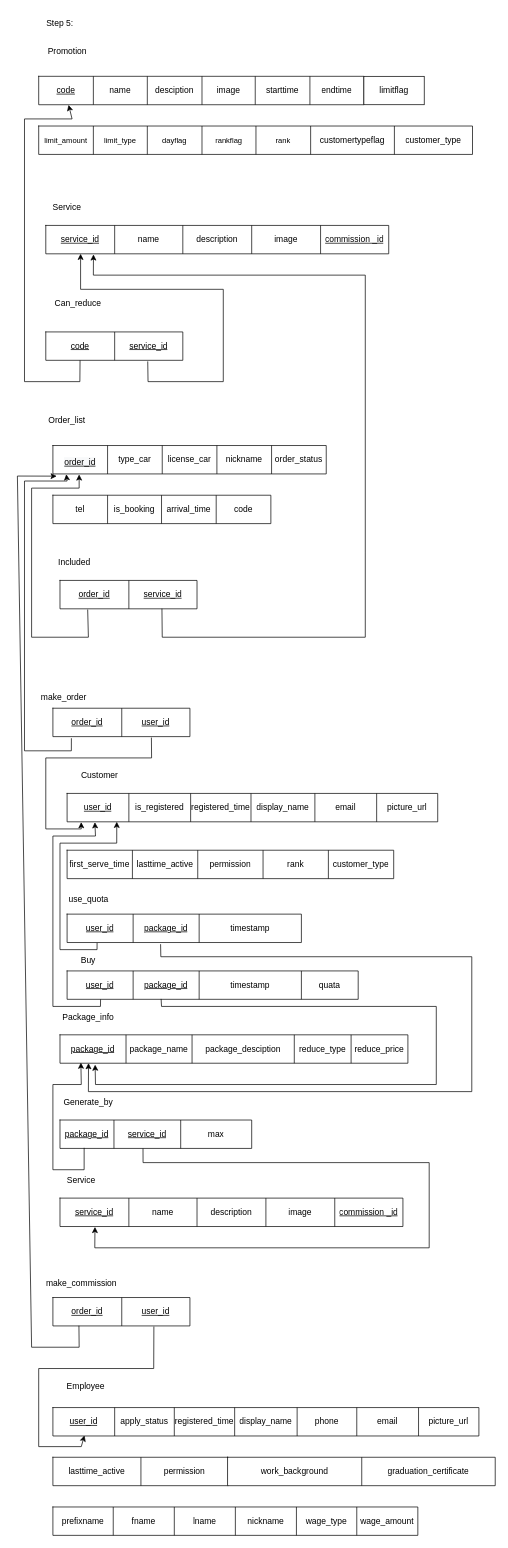
Before: page "Step_P3" (4 of 8) of carcare.drawio in jarawin/carcare, a draw.io diagram. Source tidied: cells renumbered, new cells numbered last; positions are measured from the earlier drawing's top-left corner, leaving out a move shared by most shapes. Both pictures are drawn from the tidied source at 71%, with x=0, y=0 at pixel (17, 12).
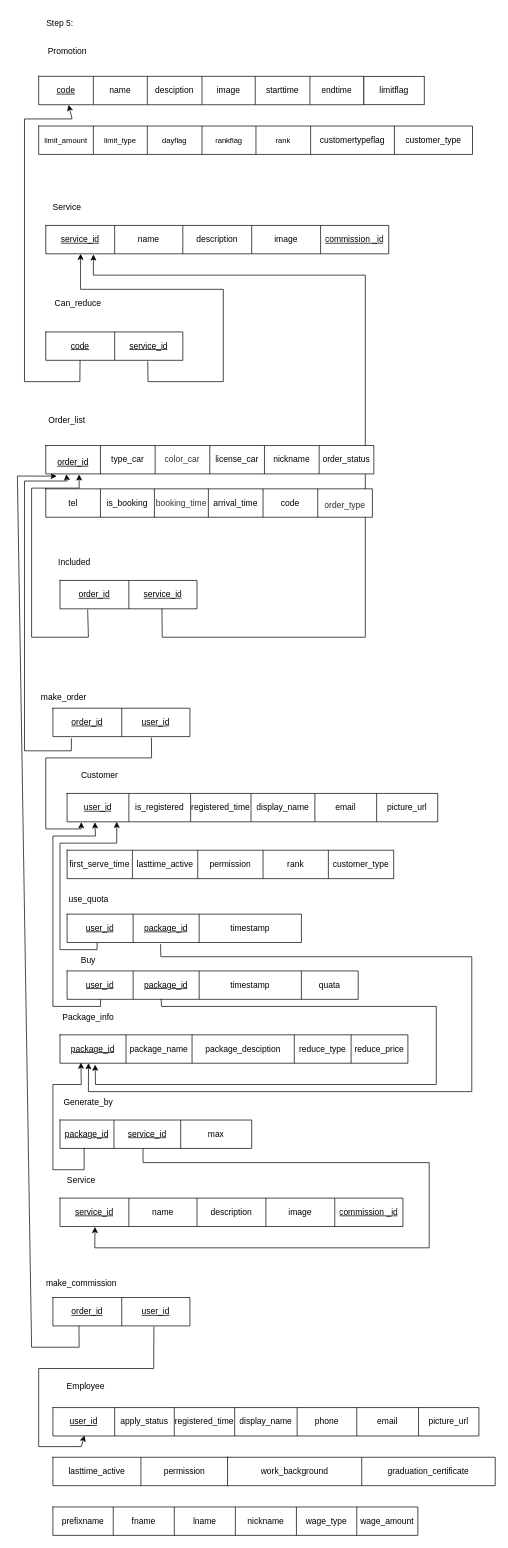
The same diagram, later.

Unchanged cells that the change refers to:
```xml
<mxCell id="28" style="shape=tableRow;horizontal=0;startSize=0;swimlaneHead=0;swimlaneBody=0;top=0;left=0;bottom=0;right=0;fillColor=none;points=[[0,0.5],[1,0.5]];portConstraint=eastwest;strokeColor=default;fontFamily=Helvetica;fontSize=12;fontColor=default;html=1;" parent="27" vertex="1">
  <mxGeometry width="193" height="40" as="geometry" />
</mxCell>
<mxCell id="99" style="shape=tableRow;horizontal=0;startSize=0;swimlaneHead=0;swimlaneBody=0;top=0;left=0;bottom=0;right=0;fillColor=none;points=[[0,0.5],[1,0.5]];portConstraint=eastwest;strokeColor=default;fontFamily=Helvetica;fontSize=12;fontColor=default;html=1;" parent="98" vertex="1">
  <mxGeometry width="193" height="40" as="geometry" />
</mxCell>
<mxCell id="106" style="shape=tableRow;horizontal=0;startSize=0;swimlaneHead=0;swimlaneBody=0;top=0;left=0;bottom=0;right=0;fillColor=none;points=[[0,0.5],[1,0.5]];portConstraint=eastwest;strokeColor=default;fontFamily=Helvetica;fontSize=12;fontColor=default;html=1;" parent="105" vertex="1">
  <mxGeometry width="193" height="40" as="geometry" />
</mxCell>
```

Change to the diagram source:
```diff
@@
-    <mxCell id="20" style="shape=table;startSize=0;childLayout=tableLayout;strokeColor=default;fontFamily=Helvetica;fontSize=12;fontColor=default;fillColor=default;html=1;" parent="1" vertex="1">
-      <mxGeometry x="50" y="610" width="385" height="40" as="geometry" />
-    </mxCell>
-    <mxCell id="21" style="shape=tableRow;horizontal=0;startSize=0;swimlaneHead=0;swimlaneBody=0;top=0;left=0;bottom=0;right=0;fillColor=none;points=[[0,0.5],[1,0.5]];portConstraint=eastwest;strokeColor=default;fontFamily=Helvetica;fontSize=12;fontColor=default;html=1;" parent="20" vertex="1">
-      <mxGeometry width="385" height="40" as="geometry" />
-    </mxCell>
-    <mxCell id="22" value="&#10;&lt;u style=&quot;color: rgb(0, 0, 0); font-family: Helvetica; font-size: 12px; font-style: normal; font-variant-ligatures: normal; font-variant-caps: normal; font-weight: 400; letter-spacing: normal; orphans: 2; text-align: center; text-indent: 0px; text-transform: none; widows: 2; word-spacing: 0px; -webkit-text-stroke-width: 0px; background-color: rgb(248, 249, 250);&quot;&gt;&lt;span style=&quot;font-size: 9pt; line-height: 12.72px; font-family: Helvetica, sans-serif; background-image: initial; background-position: initial; background-size: initial; background-repeat: initial; background-attachment: initial; background-origin: initial; background-clip: initial;&quot;&gt;order_id&lt;/span&gt;&lt;/u&gt;&#10;&#10;" style="shape=partialRectangle;html=1;whiteSpace=wrap;overflow=hidden;fillColor=none;top=0;left=0;bottom=0;right=0;strokeColor=default;fontFamily=Helvetica;fontSize=12;fontColor=default;startSize=0;" parent="21" vertex="1">
-      <mxGeometry width="77" height="40" as="geometry" />
-    </mxCell>
-    <mxCell id="23" value="&lt;span style=&quot;font-size: 9pt; line-height: 106%; font-family: Helvetica, sans-serif; background-image: initial; background-position: initial; background-size: initial; background-repeat: initial; background-attachment: initial; background-origin: initial; background-clip: initial;&quot;&gt;type_car&lt;/span&gt;" style="shape=partialRectangle;html=1;whiteSpace=wrap;overflow=hidden;fillColor=none;top=0;left=0;bottom=0;right=0;strokeColor=default;fontFamily=Helvetica;fontSize=12;fontColor=default;startSize=0;" parent="21" vertex="1">
-      <mxGeometry x="77" width="77" height="40" as="geometry" />
-    </mxCell>
-    <mxCell id="24" value="&lt;span style=&quot;font-size: 9pt; line-height: 106%; font-family: Helvetica, sans-serif; background-image: initial; background-position: initial; background-size: initial; background-repeat: initial; background-attachment: initial; background-origin: initial; background-clip: initial;&quot;&gt;license_car&lt;/span&gt;" style="shape=partialRectangle;html=1;whiteSpace=wrap;overflow=hidden;fillColor=none;top=0;left=0;bottom=0;right=0;strokeColor=default;fontFamily=Helvetica;fontSize=12;fontColor=default;startSize=0;" parent="21" vertex="1">
-      <mxGeometry x="154" width="77" height="40" as="geometry" />
-    </mxCell>
-    <mxCell id="25" value="nickname" style="shape=partialRectangle;html=1;whiteSpace=wrap;overflow=hidden;fillColor=none;top=0;left=0;bottom=0;right=0;strokeColor=default;fontFamily=Helvetica;fontSize=12;fontColor=default;startSize=0;" parent="21" vertex="1">
-      <mxGeometry x="231" width="77" height="40" as="geometry" />
-    </mxCell>
-    <mxCell id="26" value="order_status" style="shape=partialRectangle;html=1;whiteSpace=wrap;overflow=hidden;fillColor=none;top=0;left=0;bottom=0;right=0;strokeColor=default;fontFamily=Helvetica;fontSize=12;fontColor=default;startSize=0;" parent="21" vertex="1">
-      <mxGeometry x="308" width="77" height="40" as="geometry" />
-    </mxCell>
@@
-    <mxCell id="31" style="endArrow=classic;html=1;rounded=0;entryX=0.096;entryY=1.018;entryDx=0;entryDy=0;entryPerimeter=0;exitX=0.202;exitY=1.025;exitDx=0;exitDy=0;exitPerimeter=0;" parent="1" edge="1" source="28" target="21">
+    <mxCell id="31" style="endArrow=classic;html=1;rounded=0;entryX=0.096;entryY=1.018;entryDx=0;entryDy=0;entryPerimeter=0;exitX=0.202;exitY=1.025;exitDx=0;exitDy=0;exitPerimeter=0;" parent="1" edge="1" source="28">
       <mxGeometry relative="1" as="geometry">
+        <mxPoint x="87" y="650.7" as="targetPoint" />
         <Array as="points">
           <mxPoint x="100" y="880" />
           <mxPoint x="20" y="880" />
           <mxPoint x="20" y="670" />
           <mxPoint x="87" y="670" />
         </Array>
       </mxGeometry>
     </mxCell>
@@
-    <mxCell id="34" style="shape=table;startSize=0;childLayout=tableLayout;strokeColor=default;fontFamily=Helvetica;fontSize=12;fontColor=default;fillColor=default;html=1;" parent="1" vertex="1">
-      <mxGeometry x="50" y="680" width="307" height="40" as="geometry" />
-    </mxCell>
-    <mxCell id="35" style="shape=tableRow;horizontal=0;startSize=0;swimlaneHead=0;swimlaneBody=0;top=0;left=0;bottom=0;right=0;fillColor=none;strokeColor=default;fontFamily=Helvetica;fontSize=12;fontColor=default;html=1;" parent="34" vertex="1">
-      <mxGeometry width="307" height="40" as="geometry" />
-    </mxCell>
-    <mxCell id="36" value="tel" style="shape=partialRectangle;html=1;whiteSpace=wrap;overflow=hidden;fillColor=none;top=0;left=0;bottom=0;right=0;strokeColor=default;fontFamily=Helvetica;fontSize=12;fontColor=default;startSize=0;" parent="35" vertex="1">
-      <mxGeometry width="77" height="40" as="geometry" />
-    </mxCell>
-    <mxCell id="37" value="&lt;span style=&quot;font-size: 9pt; line-height: 106%; font-family: Helvetica, sans-serif; background-image: initial; background-position: initial; background-size: initial; background-repeat: initial; background-attachment: initial; background-origin: initial; background-clip: initial;&quot;&gt;is_booking&lt;/span&gt;" style="shape=partialRectangle;html=1;whiteSpace=wrap;overflow=hidden;fillColor=none;top=0;left=0;bottom=0;right=0;strokeColor=default;fontFamily=Helvetica;fontSize=12;fontColor=default;startSize=0;" parent="35" vertex="1">
-      <mxGeometry x="77" width="76" height="40" as="geometry" />
-    </mxCell>
-    <mxCell id="38" value="&lt;span style=&quot;font-size: 9pt; line-height: 106%; font-family: Helvetica, sans-serif; background-image: initial; background-position: initial; background-size: initial; background-repeat: initial; background-attachment: initial; background-origin: initial; background-clip: initial;&quot;&gt;arrival_time&lt;/span&gt;" style="shape=partialRectangle;html=1;whiteSpace=wrap;overflow=hidden;fillColor=none;top=0;left=0;bottom=0;right=0;strokeColor=default;fontFamily=Helvetica;fontSize=12;fontColor=default;startSize=0;" parent="35" vertex="1">
-      <mxGeometry x="153" width="77" height="40" as="geometry" />
-    </mxCell>
-    <mxCell id="39" value="code" style="shape=partialRectangle;html=1;whiteSpace=wrap;overflow=hidden;fillColor=none;top=0;left=0;bottom=0;right=0;strokeColor=default;fontFamily=Helvetica;fontSize=12;fontColor=default;startSize=0;" parent="35" vertex="1">
-      <mxGeometry x="230" width="77" height="40" as="geometry" />
-    </mxCell>
@@
-    <mxCell id="102" style="endArrow=classic;html=1;rounded=0;exitX=0.135;exitY=1.057;exitDx=0;exitDy=0;exitPerimeter=0;entryX=0.049;entryY=1.011;entryDx=0;entryDy=0;entryPerimeter=0;" parent="1" edge="1" source="99" target="21">
+    <mxCell id="102" style="endArrow=classic;html=1;rounded=0;exitX=0.135;exitY=1.057;exitDx=0;exitDy=0;exitPerimeter=0;entryX=0.049;entryY=1.011;entryDx=0;entryDy=0;entryPerimeter=0;" parent="1" edge="1" source="99">
       <mxGeometry relative="1" as="geometry">
+        <mxPoint x="68.9" y="650.4" as="targetPoint" />
         <Array as="points">
           <mxPoint x="76" y="1040" />
           <mxPoint x="10" y="1040" />
           <mxPoint x="10" y="660" />
           <mxPoint x="70" y="660" />
         </Array>
       </mxGeometry>
     </mxCell>
@@
-    <mxCell id="136" style="endArrow=classic;html=1;rounded=0;exitX=0.19;exitY=0.994;exitDx=0;exitDy=0;exitPerimeter=0;entryX=0.014;entryY=1.078;entryDx=0;entryDy=0;entryPerimeter=0;" parent="1" edge="1" source="106" target="21">
+    <mxCell id="136" style="endArrow=classic;html=1;rounded=0;exitX=0.19;exitY=0.994;exitDx=0;exitDy=0;exitPerimeter=0;entryX=0.014;entryY=1.078;entryDx=0;entryDy=0;entryPerimeter=0;" parent="1" edge="1" source="106">
       <mxGeometry relative="1" as="geometry">
+        <mxPoint x="55.4" y="653.1" as="targetPoint" />
         <Array as="points">
           <mxPoint x="87" y="1880" />
           <mxPoint x="20" y="1880" />
           <mxPoint y="653" />
         </Array>
       </mxGeometry>
     </mxCell>
@@
+    <mxCell id="155" style="shape=table;startSize=0;childLayout=tableLayout;strokeColor=default;fontFamily=Helvetica;fontSize=12;fontColor=default;fillColor=default;html=1;" parent="1" vertex="1">
+      <mxGeometry x="40" y="671" width="460" height="40" as="geometry" />
+    </mxCell>
+    <mxCell id="156" style="shape=tableRow;horizontal=0;startSize=0;swimlaneHead=0;swimlaneBody=0;top=0;left=0;bottom=0;right=0;fillColor=none;strokeColor=default;fontFamily=Helvetica;fontSize=12;fontColor=default;html=1;" parent="155" vertex="1">
+      <mxGeometry width="460" height="40" as="geometry" />
+    </mxCell>
+    <mxCell id="36" value="tel" style="shape=partialRectangle;html=1;whiteSpace=wrap;overflow=hidden;fillColor=none;top=0;left=0;bottom=0;right=0;strokeColor=default;fontFamily=Helvetica;fontSize=12;fontColor=default;startSize=0;" parent="156" vertex="1">
+      <mxGeometry width="77" height="40" as="geometry" />
+    </mxCell>
+    <mxCell id="37" value="&lt;span style=&quot;font-size: 9pt; line-height: 106%; font-family: Helvetica, sans-serif; background-image: initial; background-position: initial; background-size: initial; background-repeat: initial; background-attachment: initial; background-origin: initial; background-clip: initial;&quot;&gt;is_booking&lt;/span&gt;" style="shape=partialRectangle;html=1;whiteSpace=wrap;overflow=hidden;fillColor=none;top=0;left=0;bottom=0;right=0;strokeColor=default;fontFamily=Helvetica;fontSize=12;fontColor=default;startSize=0;" parent="156" vertex="1">
+      <mxGeometry x="77" width="76" height="40" as="geometry" />
+    </mxCell>
+    <mxCell id="157" value="&lt;span style=&quot;color: rgb(51, 51, 51);&quot;&gt;booking_time&lt;/span&gt;" style="shape=partialRectangle;html=1;whiteSpace=wrap;overflow=hidden;fillColor=none;top=0;left=0;bottom=0;right=0;strokeColor=default;fontFamily=Helvetica;fontSize=12;fontColor=default;startSize=0;" parent="156" vertex="1">
+      <mxGeometry x="153" width="76" height="40" as="geometry" />
+    </mxCell>
+    <mxCell id="38" value="&lt;span style=&quot;font-size: 9pt; line-height: 106%; font-family: Helvetica, sans-serif; background-image: initial; background-position: initial; background-size: initial; background-repeat: initial; background-attachment: initial; background-origin: initial; background-clip: initial;&quot;&gt;arrival_time&lt;/span&gt;" style="shape=partialRectangle;html=1;whiteSpace=wrap;overflow=hidden;fillColor=none;top=0;left=0;bottom=0;right=0;strokeColor=default;fontFamily=Helvetica;fontSize=12;fontColor=default;startSize=0;" parent="156" vertex="1">
+      <mxGeometry x="229" width="77" height="40" as="geometry" />
+    </mxCell>
+    <mxCell id="39" value="code" style="shape=partialRectangle;html=1;whiteSpace=wrap;overflow=hidden;fillColor=none;top=0;left=0;bottom=0;right=0;strokeColor=default;fontFamily=Helvetica;fontSize=12;fontColor=default;startSize=0;" parent="156" vertex="1">
+      <mxGeometry x="306" width="77" height="40" as="geometry" />
+    </mxCell>
+    <mxCell id="158" value="&#10;&lt;span style=&quot;color: rgb(51, 51, 51); font-family: Helvetica; font-size: 12px; font-style: normal; font-variant-ligatures: normal; font-variant-caps: normal; font-weight: 400; letter-spacing: normal; orphans: 2; text-align: center; text-indent: 0px; text-transform: none; widows: 2; word-spacing: 0px; -webkit-text-stroke-width: 0px; background-color: rgb(248, 249, 250); text-decoration-thickness: initial; text-decoration-style: initial; text-decoration-color: initial; float: none; display: inline !important;&quot;&gt;order_type&lt;/span&gt;&#10;&#10;" style="shape=partialRectangle;html=1;whiteSpace=wrap;overflow=hidden;fillColor=none;top=0;left=0;bottom=0;right=0;strokeColor=default;fontFamily=Helvetica;fontSize=12;fontColor=default;startSize=0;" parent="156" vertex="1">
+      <mxGeometry x="383" width="77" height="40" as="geometry" />
+    </mxCell>
+    <mxCell id="159" style="shape=table;startSize=0;childLayout=tableLayout;strokeColor=default;fontFamily=Helvetica;fontSize=12;fontColor=default;fillColor=default;html=1;" parent="1" vertex="1">
+      <mxGeometry x="40" y="610" width="462" height="40" as="geometry" />
+    </mxCell>
+    <mxCell id="160" style="shape=tableRow;horizontal=0;startSize=0;swimlaneHead=0;swimlaneBody=0;top=0;left=0;bottom=0;right=0;fillColor=none;strokeColor=default;fontFamily=Helvetica;fontSize=12;fontColor=default;html=1;" parent="159" vertex="1">
+      <mxGeometry width="462" height="40" as="geometry" />
+    </mxCell>
+    <mxCell id="22" value="&#10;&lt;u style=&quot;color: rgb(0, 0, 0); font-family: Helvetica; font-size: 12px; font-style: normal; font-variant-ligatures: normal; font-variant-caps: normal; font-weight: 400; letter-spacing: normal; orphans: 2; text-align: center; text-indent: 0px; text-transform: none; widows: 2; word-spacing: 0px; -webkit-text-stroke-width: 0px; background-color: rgb(248, 249, 250);&quot;&gt;&lt;span style=&quot;font-size: 9pt; line-height: 12.72px; font-family: Helvetica, sans-serif; background-image: initial; background-position: initial; background-size: initial; background-repeat: initial; background-attachment: initial; background-origin: initial; background-clip: initial;&quot;&gt;order_id&lt;/span&gt;&lt;/u&gt;&#10;&#10;" style="shape=partialRectangle;html=1;whiteSpace=wrap;overflow=hidden;fillColor=none;top=0;left=0;bottom=0;right=0;strokeColor=default;fontFamily=Helvetica;fontSize=12;fontColor=default;startSize=0;" parent="160" vertex="1">
+      <mxGeometry width="77" height="40" as="geometry" />
+    </mxCell>
+    <mxCell id="23" value="&lt;span style=&quot;font-size: 9pt; line-height: 106%; font-family: Helvetica, sans-serif; background-image: initial; background-position: initial; background-size: initial; background-repeat: initial; background-attachment: initial; background-origin: initial; background-clip: initial;&quot;&gt;type_car&lt;/span&gt;" style="shape=partialRectangle;html=1;whiteSpace=wrap;overflow=hidden;fillColor=none;top=0;left=0;bottom=0;right=0;strokeColor=default;fontFamily=Helvetica;fontSize=12;fontColor=default;startSize=0;" parent="160" vertex="1">
+      <mxGeometry x="77" width="77" height="40" as="geometry" />
+    </mxCell>
+    <mxCell id="161" value="&lt;span style=&quot;color: rgb(51, 51, 51);&quot;&gt;color_car&lt;/span&gt;" style="shape=partialRectangle;html=1;whiteSpace=wrap;overflow=hidden;fillColor=none;top=0;left=0;bottom=0;right=0;strokeColor=default;fontFamily=Helvetica;fontSize=12;fontColor=default;startSize=0;" parent="160" vertex="1">
+      <mxGeometry x="154" width="77" height="40" as="geometry" />
+    </mxCell>
+    <mxCell id="24" value="&lt;span style=&quot;font-size: 9pt; line-height: 106%; font-family: Helvetica, sans-serif; background-image: initial; background-position: initial; background-size: initial; background-repeat: initial; background-attachment: initial; background-origin: initial; background-clip: initial;&quot;&gt;license_car&lt;/span&gt;" style="shape=partialRectangle;html=1;whiteSpace=wrap;overflow=hidden;fillColor=none;top=0;left=0;bottom=0;right=0;strokeColor=default;fontFamily=Helvetica;fontSize=12;fontColor=default;startSize=0;" parent="160" vertex="1">
+      <mxGeometry x="231" width="77" height="40" as="geometry" />
+    </mxCell>
+    <mxCell id="25" value="nickname" style="shape=partialRectangle;html=1;whiteSpace=wrap;overflow=hidden;fillColor=none;top=0;left=0;bottom=0;right=0;strokeColor=default;fontFamily=Helvetica;fontSize=12;fontColor=default;startSize=0;" parent="160" vertex="1">
+      <mxGeometry x="308" width="77" height="40" as="geometry" />
+    </mxCell>
+    <mxCell id="26" value="order_status" style="shape=partialRectangle;html=1;whiteSpace=wrap;overflow=hidden;fillColor=none;top=0;left=0;bottom=0;right=0;strokeColor=default;fontFamily=Helvetica;fontSize=12;fontColor=default;startSize=0;" parent="160" vertex="1">
+      <mxGeometry x="385" width="77" height="40" as="geometry" />
+    </mxCell>
```
